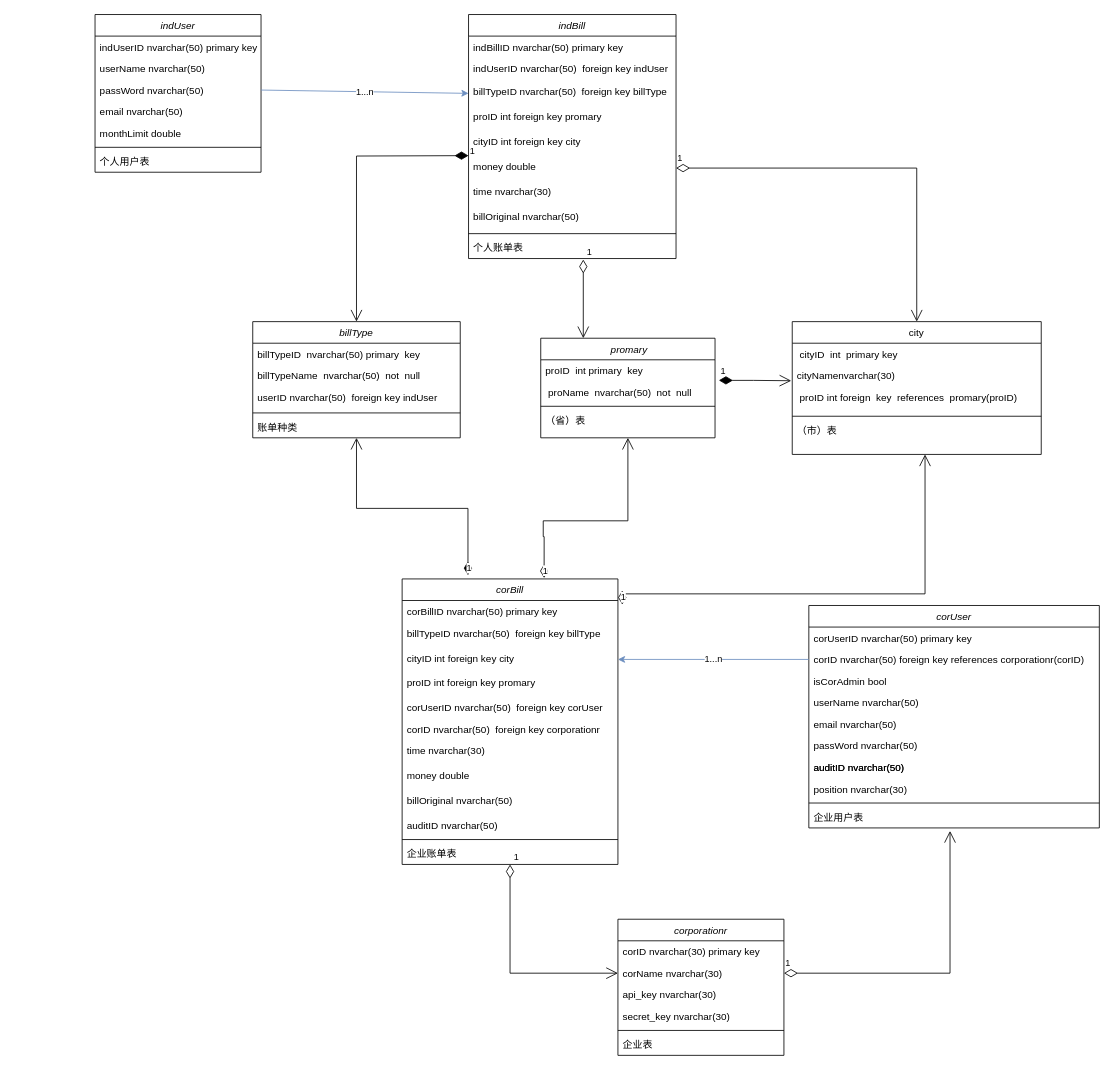
Earlier version of the draw.io diagram 毕设/Untitled Diagram.drawio (imrole/UML). Source tidied: cells renumbered, new cells numbered last; positions are measured from the earlier drawing's top-left corner, leaving out a move shared by most shapes. Both pictures are drawn from the tidied source at 83%, with x=0, y=0 at pixel (20, 14).
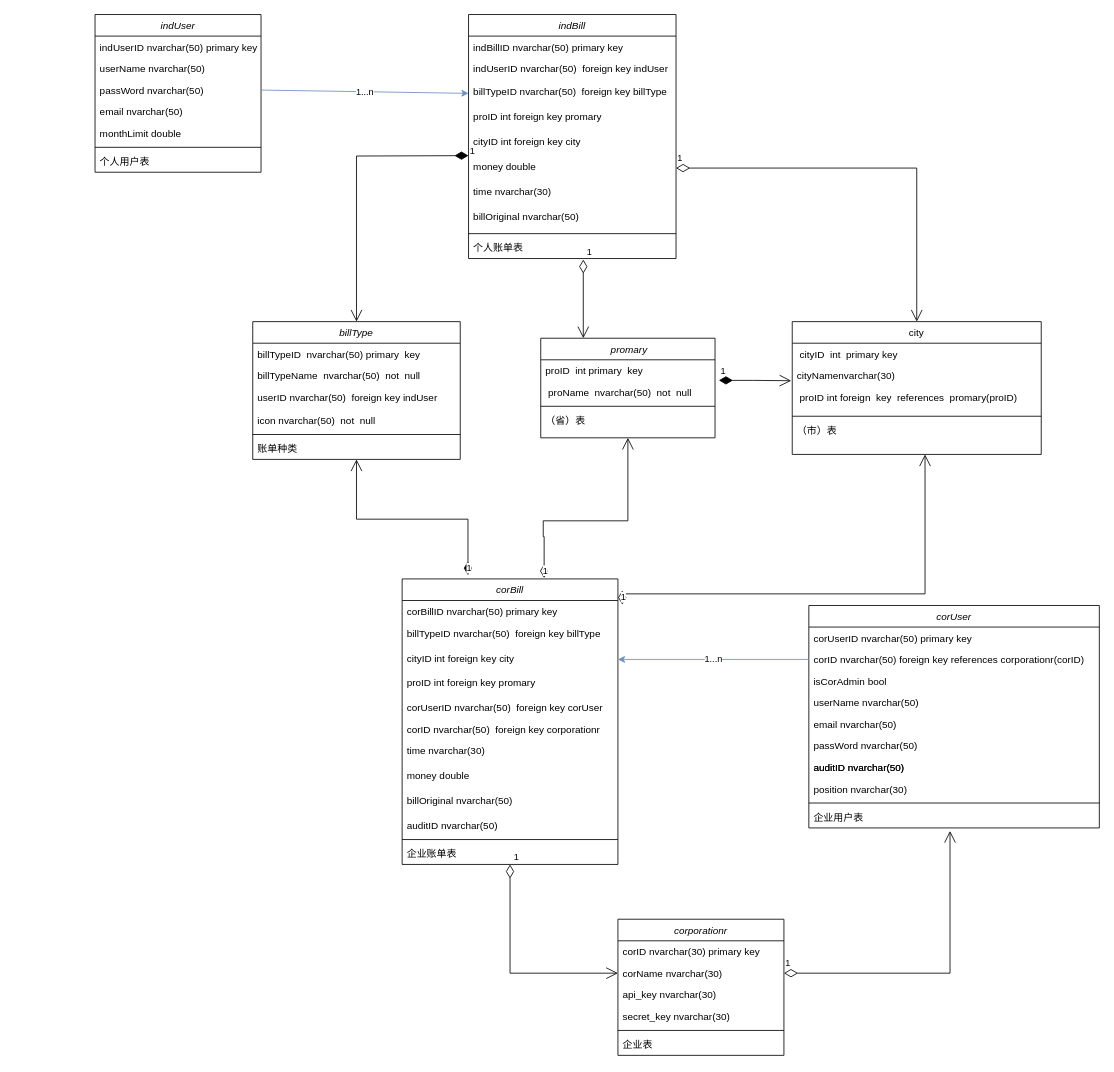
The same page after the edit.

Diff of the diagram source:
```diff
@@
     <mxCell id="56" value="billType" style="swimlane;fontStyle=2;align=center;verticalAlign=top;horizontal=1;startSize=26;rounded=0;shadow=0;strokeWidth=1;" parent="1" vertex="1">
-      <mxGeometry x="280" y="370" width="250" height="140" as="geometry" />
+      <mxGeometry x="280" y="370" width="250" height="166" as="geometry" />
     </mxCell>
@@
+    <mxCell id="82" value="icon nvarchar(50)  not  null" style="text;align=left;verticalAlign=top;spacingLeft=4;spacingRight=4;overflow=hidden;rounded=0;shadow=0;html=0;" parent="56" vertex="1">
+      <mxGeometry y="106" width="250" height="26" as="geometry" />
+    </mxCell>
     <mxCell id="60" style="line;html=1;strokeWidth=1;align=left;verticalAlign=middle;spacingTop=-1;spacingLeft=3;spacingRight=3;labelPosition=right;" parent="56" vertex="1">
-      <mxGeometry y="106" width="250" height="8" as="geometry" />
+      <mxGeometry y="132" width="250" height="8" as="geometry" />
     </mxCell>
     <mxCell id="61" value="账单种类" style="text;align=left;verticalAlign=top;spacingLeft=4;spacingRight=4;overflow=hidden;" parent="56" vertex="1">
-      <mxGeometry y="114" width="250" height="26" as="geometry" />
+      <mxGeometry y="140" width="250" height="26" as="geometry" />
     </mxCell>
```
